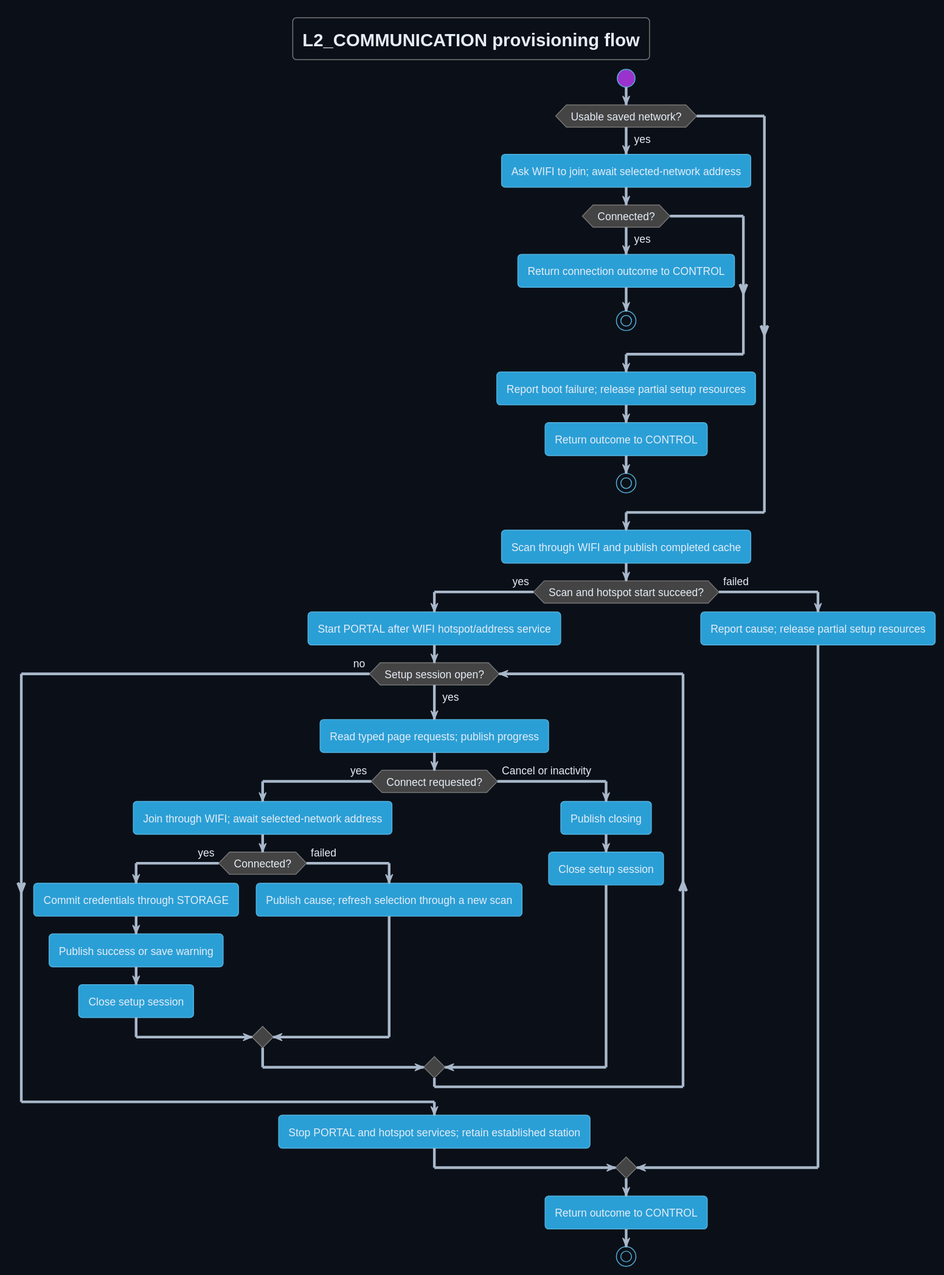
DemonicPsychoII/DigitalStethoscope keeps this PlantUML diagram as Development/system/architecture/COMMUNICATION/rendered/setup_flow.svg. Above is the earlier version.
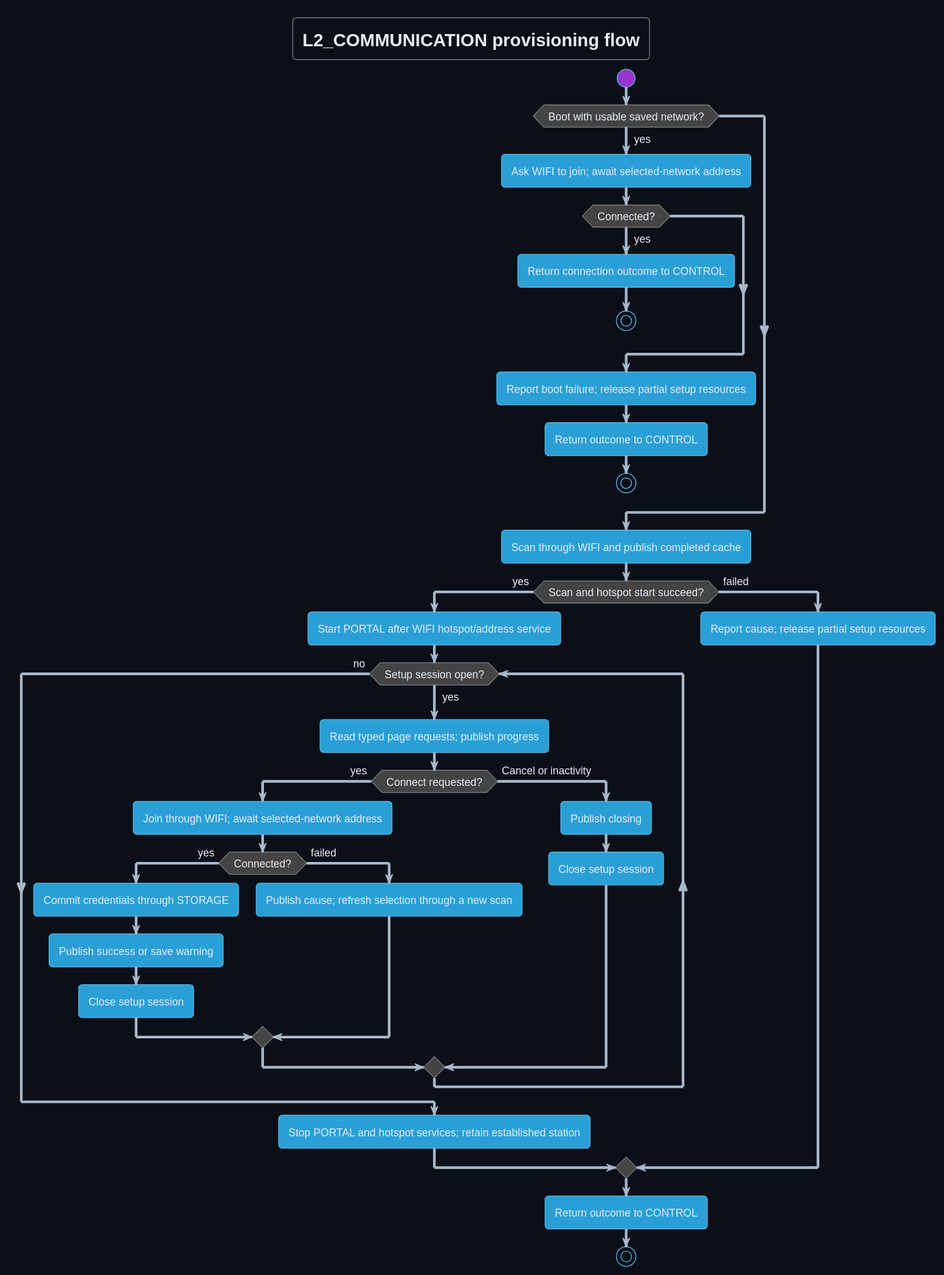
The same diagram one commit later.

Commit message:
docs(architecture): send link recovery to provisioning in setup flow

Diff of the diagram source:
```diff
@@ -7,7 +7,7 @@
 skinparam ArrowColor #a9b8ca
 title L2_COMMUNICATION provisioning flow
 start
-if (Usable saved network?) then (yes)
+if (Boot with usable saved network?) then (yes)
  :Ask WIFI to join; await selected-network address;
  if (Connected?) then (yes)
   :Return connection outcome to CONTROL;
```
